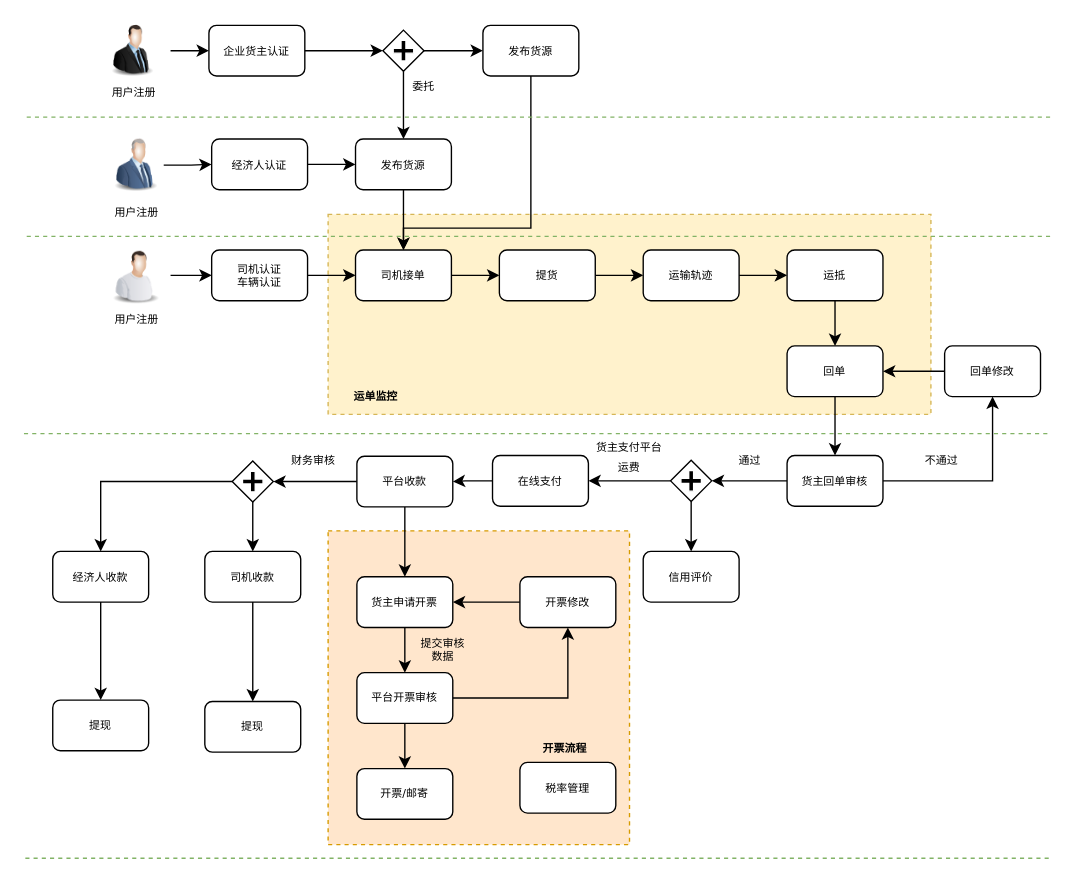
Above: 业务流程表单.drawio in chenyibang/rdpwrap (draw.io), before the change. Source tidied: cells renumbered, new cells numbered last; positions are measured from the earlier drawing's top-left corner, leaving out a move shared by most shapes. Both pictures are drawn from the tidied source at 137%, with x=0, y=0 at pixel (23, 23).
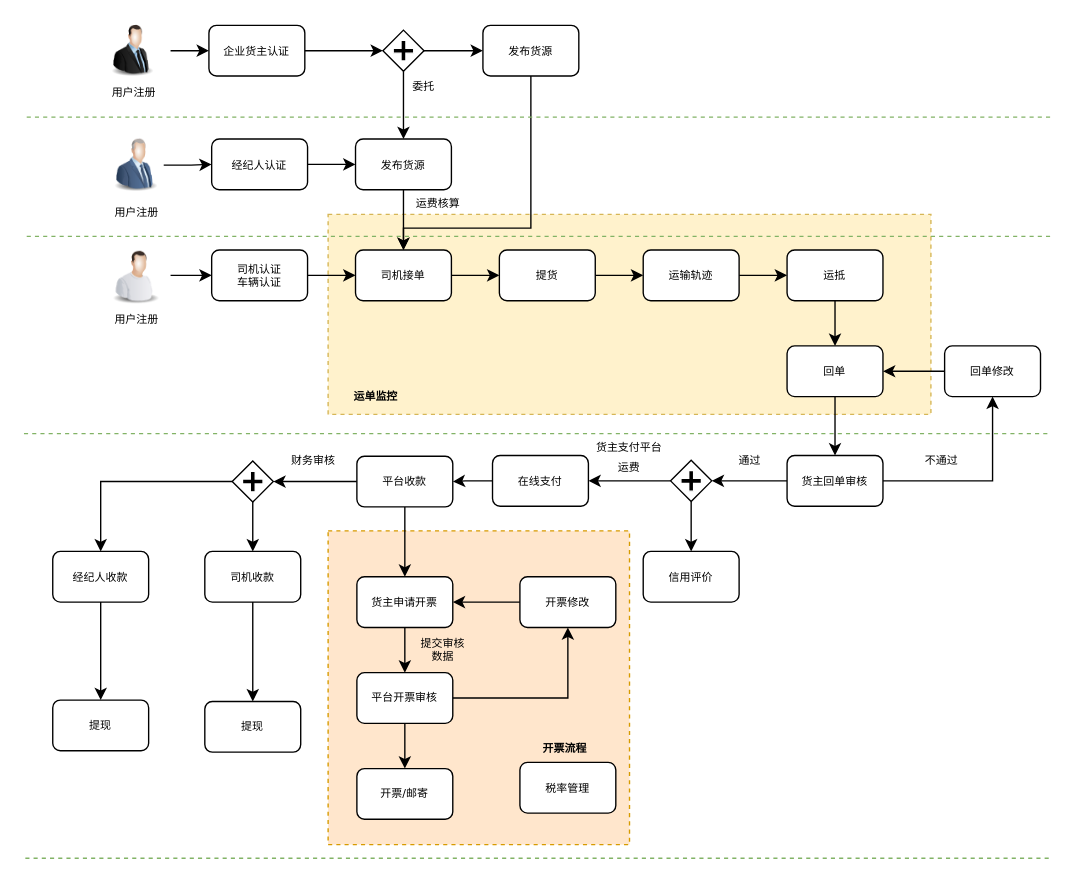
The same page after the edit.

Commit message (it also covers changes not shown here):
更新业务流程表单.drawio

Change to the diagram source:
```diff
@@
-    <mxCell id="37" value="经济人认证" style="rounded=1;whiteSpace=wrap;html=1;shadow=0;labelBackgroundColor=none;strokeWidth=1;fontFamily=Verdana;fontSize=8;align=center;" parent="1" vertex="1">
+    <mxCell id="37" value="经纪人认证" style="rounded=1;whiteSpace=wrap;html=1;shadow=0;labelBackgroundColor=none;strokeWidth=1;fontFamily=Verdana;fontSize=8;align=center;" parent="1" vertex="1">
       <mxGeometry x="137" y="84" width="70" height="37" as="geometry" />
     </mxCell>
@@
-    <mxCell id="69" value="经济人收款" style="rounded=1;whiteSpace=wrap;html=1;shadow=0;labelBackgroundColor=none;strokeWidth=1;fontFamily=Verdana;fontSize=8;align=center;" parent="1" vertex="1">
+    <mxCell id="69" value="经纪人收款" style="rounded=1;whiteSpace=wrap;html=1;shadow=0;labelBackgroundColor=none;strokeWidth=1;fontFamily=Verdana;fontSize=8;align=center;" parent="1" vertex="1">
       <mxGeometry x="21" y="385" width="70" height="37" as="geometry" />
     </mxCell>
@@
+    <mxCell id="77" value="运费核算" style="text;html=1;strokeColor=none;fillColor=none;align=center;verticalAlign=middle;whiteSpace=wrap;rounded=0;shadow=0;dashed=1;fontFamily=Verdana;fontSize=8;" parent="1" vertex="1">
+      <mxGeometry x="270" y="121" width="65" height="20" as="geometry" />
+    </mxCell>
```
